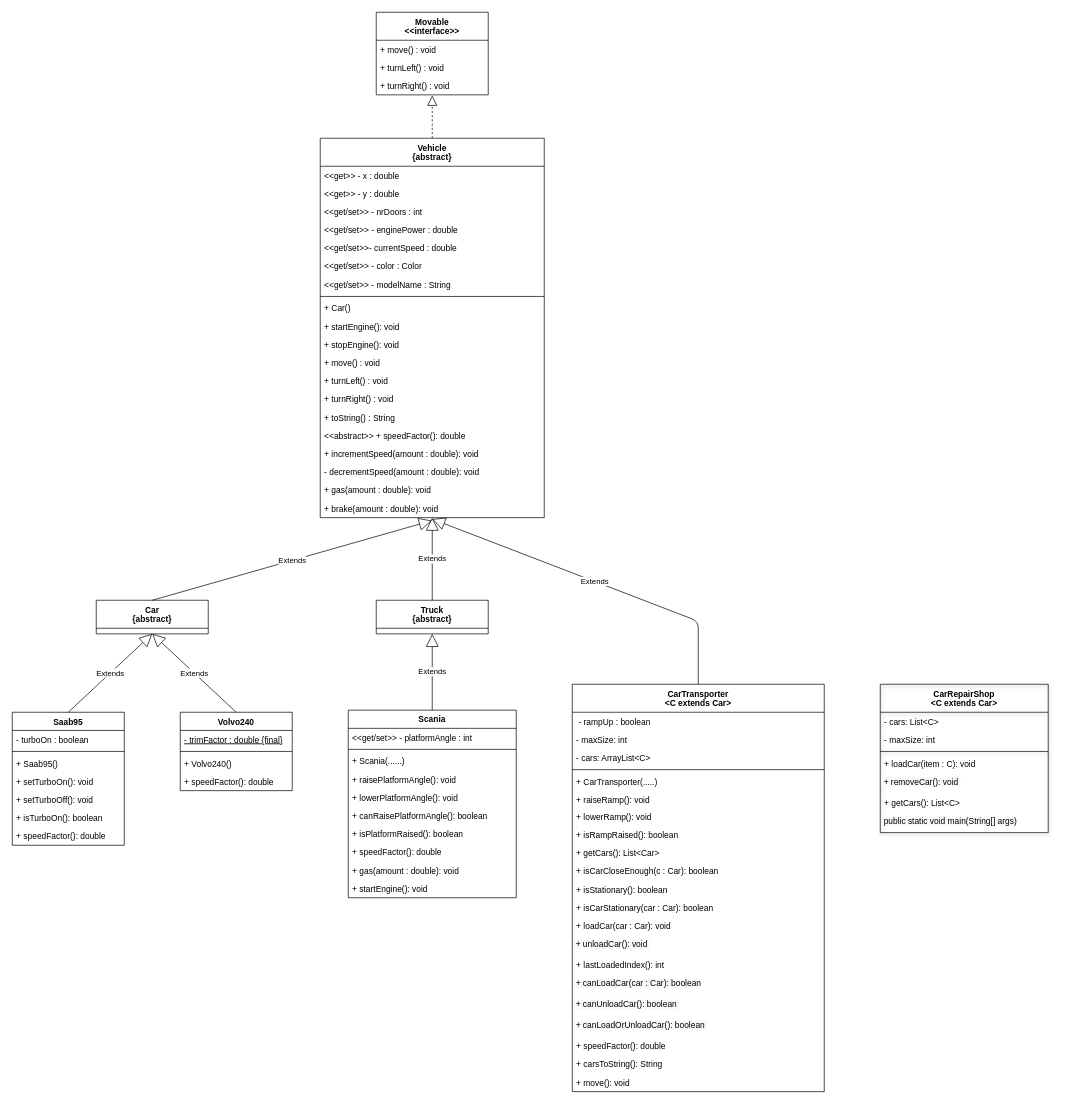
Earlier version of the draw.io diagram Diagram.8.drawio (EugeneDvoryankov/DIT953-lab1). Source tidied: cells renumbered, new cells numbered last; positions are measured from the earlier drawing's top-left corner, leaving out a move shared by most shapes. Both pictures are drawn from the tidied source at 70%, with x=0, y=0 at pixel (12, 12).
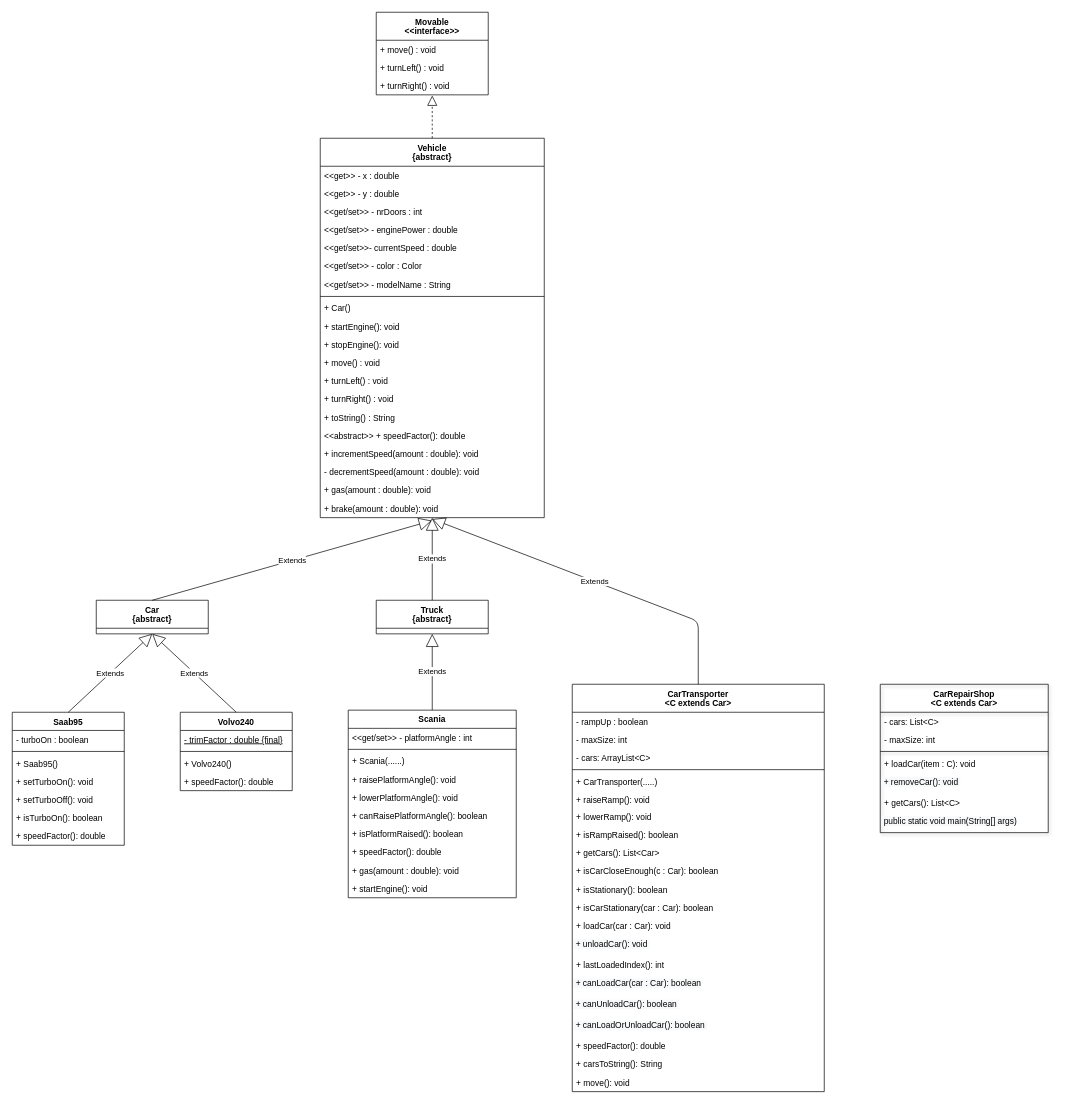
The same diagram, later.

The change refers to these unchanged cells:
```xml
<mxCell id="2" value="CarTransporter&#10;&lt;C extends Car&gt;" style="swimlane;fontStyle=1;align=center;verticalAlign=top;horizontal=1;startSize=40;strokeColor=#000000;fillColor=none;" parent="1" vertex="1">
  <mxGeometry x="800" y="960" width="360" height="582" as="geometry" />
</mxCell>
```

What changed in the source:
```diff
@@
-    <mxCell id="3" value=" - rampUp : boolean&#10;" style="text;strokeColor=none;fillColor=none;align=left;verticalAlign=top;spacingLeft=4;spacingRight=4;overflow=hidden;fontStyle=0;" parent="2" vertex="1">
+    <mxCell id="3" value="- rampUp : boolean&#10;" style="text;strokeColor=none;fillColor=none;align=left;verticalAlign=top;spacingLeft=4;spacingRight=4;overflow=hidden;fontStyle=0;" parent="2" vertex="1">
       <mxGeometry y="40" width="360" height="26" as="geometry" />
     </mxCell>
```
